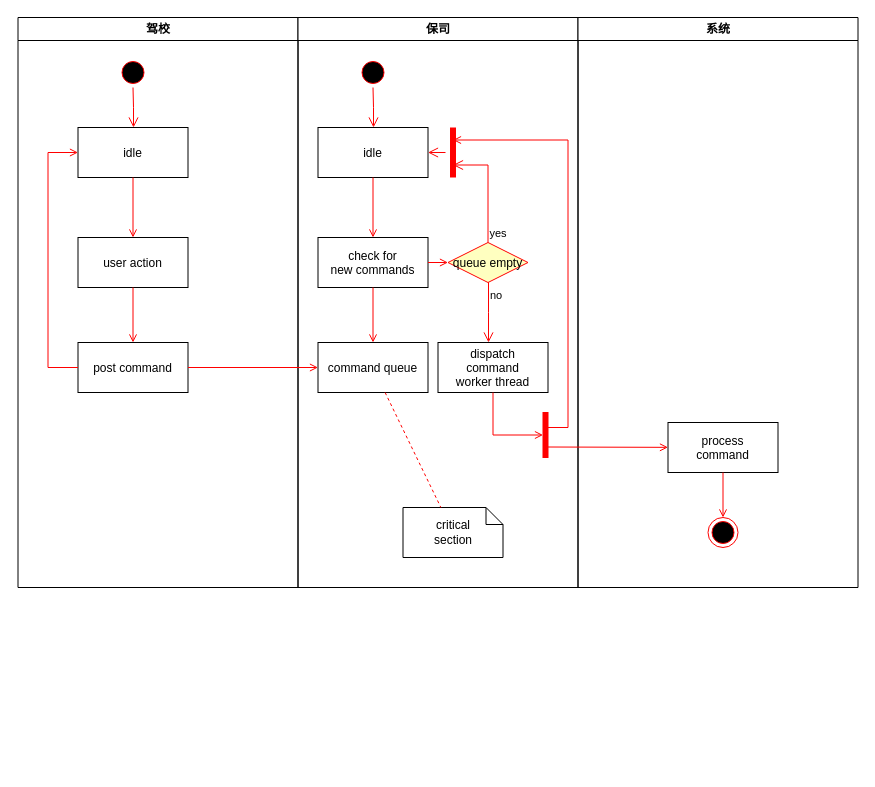
The draw.io diagram Untitled Diagram.drawio in goodKory/styleguide, before the edit. Source tidied: cells renumbered, new cells numbered last; positions are measured from the earlier drawing's top-left corner, leaving out a move shared by most shapes. Both pictures are drawn from the tidied source at 100%, with x=0, y=0 at pixel (17, 17).
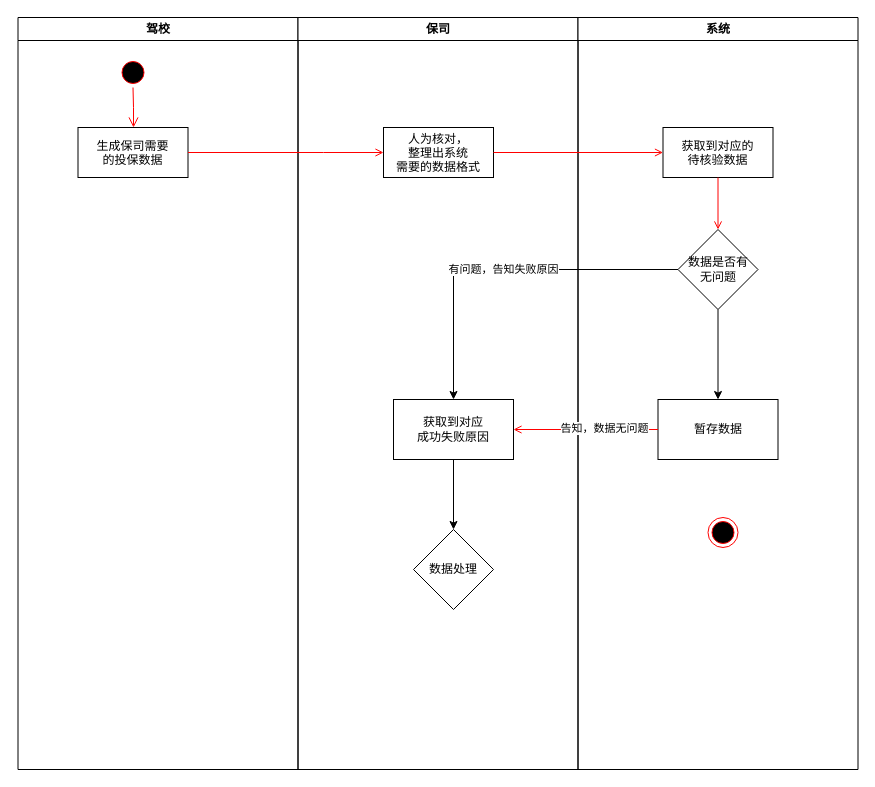
The same diagram, later.

Diff of the diagram source:
```diff
@@
     <mxCell id="2" value="驾校" style="swimlane;whiteSpace=wrap;" parent="1" vertex="1">
-      <mxGeometry x="0.5" width="280" height="570" as="geometry" />
+      <mxGeometry x="0.5" width="280" height="752" as="geometry" />
     </mxCell>
@@
-    <mxCell id="5" value="idle" parent="2" vertex="1">
+    <mxCell id="5" value="生成保司需要&#10;的投保数据" parent="2" vertex="1">
       <mxGeometry x="60" y="110" width="110" height="50" as="geometry" />
     </mxCell>
-    <mxCell id="6" value="user action" parent="2" vertex="1">
-      <mxGeometry x="60" y="220" width="110" height="50" as="geometry" />
-    </mxCell>
+    <mxCell id="11" value="保司" style="swimlane;whiteSpace=wrap;" parent="1" vertex="1">
+      <mxGeometry x="280.5" width="280" height="752" as="geometry" />
+    </mxCell>
+    <mxCell id="14" value="人为核对，&#10;整理出系统&#10;需要的数据格式" parent="11" vertex="1">
+      <mxGeometry x="85.5" y="110" width="110" height="50" as="geometry" />
+    </mxCell>
+    <mxCell id="37" value="获取到对应&lt;br&gt;成功失败原因" style="whiteSpace=wrap;html=1;" parent="11" vertex="1">
+      <mxGeometry x="95.5" y="382" width="120" height="60" as="geometry" />
+    </mxCell>
+    <mxCell id="30" value="系统" style="swimlane;whiteSpace=wrap;" parent="1" vertex="1">
+      <mxGeometry x="560.5" width="280" height="752" as="geometry" />
+    </mxCell>
+    <mxCell id="34" style="ellipse;shape=endState;fillColor=#000000;strokeColor=#ff0000;" parent="30" vertex="1">
+      <mxGeometry x="130" y="500" width="30" height="30" as="geometry" />
+    </mxCell>
+    <mxCell id="38" value="获取到对应的&#10;待核验数据" parent="30" vertex="1">
+      <mxGeometry x="85" y="110" width="110" height="50" as="geometry" />
+    </mxCell>
+    <mxCell id="39" value="数据是否有&lt;br&gt;无问题" style="rhombus;whiteSpace=wrap;html=1;" parent="30" vertex="1">
+      <mxGeometry x="100" y="212" width="80" height="80" as="geometry" />
+    </mxCell>
+    <mxCell id="40" style="endArrow=open;strokeColor=#FF0000;endFill=1;rounded=0;exitX=0.5;exitY=1;exitDx=0;exitDy=0;entryX=0.5;entryY=0;entryDx=0;entryDy=0;" parent="30" edge="1" source="38" target="39">
+      <mxGeometry relative="1" as="geometry" />
+    </mxCell>
-    <mxCell id="7" style="endArrow=open;strokeColor=#FF0000;endFill=1;rounded=0;" parent="2" edge="1" source="5" target="6">
-      <mxGeometry relative="1" as="geometry" />
+    <mxCell id="7" style="endArrow=open;strokeColor=#FF0000;endFill=1;rounded=0;entryX=0;entryY=0.5;entryDx=0;entryDy=0;" parent="1" edge="1" source="5" target="14">
+      <mxGeometry relative="1" as="geometry">
+        <Array as="points">
+          <mxPoint x="306" y="135" />
+        </Array>
+      </mxGeometry>
     </mxCell>
-    <mxCell id="8" value="post command" parent="2" vertex="1">
-      <mxGeometry x="60" y="325" width="110" height="50" as="geometry" />
-    </mxCell>
-    <mxCell id="9" style="endArrow=open;strokeColor=#FF0000;endFill=1;rounded=0;" parent="2" edge="1" source="6" target="8">
-      <mxGeometry relative="1" as="geometry" />
-    </mxCell>
-    <mxCell id="10" style="edgeStyle=elbowEdgeStyle;elbow=horizontal;strokeColor=#FF0000;endArrow=open;endFill=1;rounded=0;" parent="2" edge="1" source="8" target="5">
-      <mxGeometry relative="1" as="geometry">
-        <Array as="points">
-          <mxPoint x="30" y="250" />
-        </Array>
-      </mxGeometry>
-    </mxCell>
-    <mxCell id="11" value="保司" style="swimlane;whiteSpace=wrap;" parent="1" vertex="1">
-      <mxGeometry x="280.5" width="280" height="570" as="geometry" />
-    </mxCell>
-    <mxCell id="12" style="ellipse;shape=startState;fillColor=#000000;strokeColor=#ff0000;" parent="11" vertex="1">
-      <mxGeometry x="60" y="40" width="30" height="30" as="geometry" />
-    </mxCell>
-    <mxCell id="13" style="edgeStyle=elbowEdgeStyle;elbow=horizontal;verticalAlign=bottom;endArrow=open;endSize=8;strokeColor=#FF0000;endFill=1;rounded=0;" parent="11" edge="1" source="12" target="14">
-      <mxGeometry x="40" y="20" as="geometry" />
-    </mxCell>
-    <mxCell id="14" value="idle" parent="11" vertex="1">
-      <mxGeometry x="20" y="110" width="110" height="50" as="geometry" />
-    </mxCell>
-    <mxCell id="15" value="check for &#10;new commands" parent="11" vertex="1">
-      <mxGeometry x="20" y="220" width="110" height="50" as="geometry" />
-    </mxCell>
-    <mxCell id="16" style="endArrow=open;strokeColor=#FF0000;endFill=1;rounded=0;" parent="11" edge="1" source="14" target="15">
+    <mxCell id="16" style="endArrow=open;strokeColor=#FF0000;endFill=1;rounded=0;" parent="1" edge="1" source="14" target="38">
       <mxGeometry relative="1" as="geometry" />
     </mxCell>
-    <mxCell id="17" value="command queue" parent="11" vertex="1">
-      <mxGeometry x="20" y="325" width="110" height="50" as="geometry" />
-    </mxCell>
-    <mxCell id="18" style="endArrow=open;strokeColor=#FF0000;endFill=1;rounded=0;" parent="11" edge="1" source="15" target="17">
-      <mxGeometry relative="1" as="geometry" />
-    </mxCell>
-    <mxCell id="19" value="queue empty" style="rhombus;fillColor=#ffffc0;strokeColor=#ff0000;" parent="11" vertex="1">
-      <mxGeometry x="150" y="225" width="80" height="40" as="geometry" />
-    </mxCell>
-    <mxCell id="20" value="yes" style="edgeStyle=elbowEdgeStyle;elbow=horizontal;align=left;verticalAlign=bottom;endArrow=open;endSize=8;strokeColor=#FF0000;exitX=0.5;exitY=0;endFill=1;rounded=0;entryX=0.75;entryY=0.5;entryPerimeter=0;" parent="11" edge="1" source="19" target="23">
-      <mxGeometry x="-1" relative="1" as="geometry">
-        <Array as="points">
-          <mxPoint x="190" y="180" />
-        </Array>
-      </mxGeometry>
-    </mxCell>
-    <mxCell id="21" value="no" style="edgeStyle=elbowEdgeStyle;elbow=horizontal;align=left;verticalAlign=top;endArrow=open;endSize=8;strokeColor=#FF0000;endFill=1;rounded=0;" parent="11" edge="1" source="19" target="25">
-      <mxGeometry x="-1" relative="1" as="geometry" />
-    </mxCell>
-    <mxCell id="22" style="endArrow=open;strokeColor=#FF0000;endFill=1;rounded=0;" parent="11" edge="1" source="15" target="19">
-      <mxGeometry relative="1" as="geometry" />
-    </mxCell>
-    <mxCell id="23" style="shape=line;strokeWidth=6;strokeColor=#ff0000;rotation=90;" parent="11" vertex="1">
-      <mxGeometry x="130" y="127.5" width="50" height="15" as="geometry" />
-    </mxCell>
-    <mxCell id="24" style="edgeStyle=elbowEdgeStyle;elbow=horizontal;verticalAlign=bottom;endArrow=open;endSize=8;strokeColor=#FF0000;endFill=1;rounded=0;" parent="11" edge="1" source="23" target="14">
-      <mxGeometry x="130" y="90" as="geometry" />
-    </mxCell>
-    <mxCell id="25" value="dispatch&#10;command&#10;worker thread" parent="11" vertex="1">
-      <mxGeometry x="140" y="325" width="110" height="50" as="geometry" />
-    </mxCell>
-    <mxCell id="26" value="critical&#10;section" style="shape=note;whiteSpace=wrap;size=17;" parent="11" vertex="1">
-      <mxGeometry x="105" y="490" width="100" height="50" as="geometry" />
-    </mxCell>
-    <mxCell id="27" style="endArrow=none;strokeColor=#FF0000;endFill=0;rounded=0;dashed=1;" parent="11" edge="1" source="17" target="26">
-      <mxGeometry relative="1" as="geometry" />
-    </mxCell>
-    <mxCell id="28" style="whiteSpace=wrap;strokeColor=#FF0000;fillColor=#FF0000;" parent="11" vertex="1">
-      <mxGeometry x="245" y="395" width="5" height="45" as="geometry" />
-    </mxCell>
-    <mxCell id="29" style="edgeStyle=elbowEdgeStyle;elbow=horizontal;entryX=0;entryY=0.5;strokeColor=#FF0000;endArrow=open;endFill=1;rounded=0;" parent="11" edge="1" source="25" target="28">
-      <mxGeometry relative="1" as="geometry">
-        <Array as="points">
-          <mxPoint x="195" y="400" />
-        </Array>
-      </mxGeometry>
-    </mxCell>
-    <mxCell id="30" value="系统" style="swimlane;whiteSpace=wrap;" parent="1" vertex="1">
-      <mxGeometry x="560.5" width="280" height="570" as="geometry" />
-    </mxCell>
-    <mxCell id="31" value="process&#10;command" parent="30" vertex="1">
-      <mxGeometry x="90" y="405" width="110" height="50" as="geometry" />
-    </mxCell>
-    <mxCell id="32" style="edgeStyle=elbowEdgeStyle;elbow=horizontal;strokeColor=#FF0000;endArrow=open;endFill=1;rounded=0;entryX=0.25;entryY=0.5;entryPerimeter=0;" parent="30" edge="1" target="23">
-      <mxGeometry relative="1" as="geometry">
-        <mxPoint x="-30" y="410" as="sourcePoint" />
-        <Array as="points">
-          <mxPoint x="-10" y="135" />
-        </Array>
-      </mxGeometry>
-    </mxCell>
-    <mxCell id="33" style="edgeStyle=none;strokeColor=#FF0000;endArrow=open;endFill=1;rounded=0;" parent="30" edge="1" target="31">
-      <mxGeometry relative="1" as="geometry">
-        <mxPoint x="-30" y="429.5" as="sourcePoint" />
-      </mxGeometry>
-    </mxCell>
-    <mxCell id="34" style="ellipse;shape=endState;fillColor=#000000;strokeColor=#ff0000;" parent="30" vertex="1">
-      <mxGeometry x="130" y="500" width="30" height="30" as="geometry" />
-    </mxCell>
-    <mxCell id="35" style="endArrow=open;strokeColor=#FF0000;endFill=1;rounded=0;" parent="30" edge="1" source="31" target="34">
-      <mxGeometry relative="1" as="geometry" />
-    </mxCell>
-    <mxCell id="36" style="endArrow=open;strokeColor=#FF0000;endFill=1;rounded=0;" parent="1" edge="1" source="8" target="17">
-      <mxGeometry relative="1" as="geometry" />
-    </mxCell>
+    <mxCell id="41" value="暂存数据" style="whiteSpace=wrap;html=1;" parent="1" vertex="1">
+      <mxGeometry x="640.5" y="382" width="120" height="60" as="geometry" />
+    </mxCell>
+    <mxCell id="42" style="edgeStyle=orthogonalEdgeStyle;rounded=0;jettySize=auto;html=1;" parent="1" edge="1" source="39" target="41">
+      <mxGeometry relative="1" as="geometry" />
+    </mxCell>
+    <mxCell id="43" style="edgeStyle=orthogonalEdgeStyle;rounded=0;jettySize=auto;html=1;" parent="1" edge="1" source="39" target="37">
+      <mxGeometry relative="1" as="geometry" />
+    </mxCell>
+    <mxCell id="44" value="有问题，告知失败原因" style="edgeLabel;html=1;align=center;verticalAlign=middle;" parent="43" vertex="1">
+      <mxGeometry x="-0.01" y="-1" relative="1" as="geometry" />
+    </mxCell>
+    <mxCell id="45" style="endArrow=open;strokeColor=#FF0000;endFill=1;rounded=0;exitX=0;exitY=0.5;exitDx=0;exitDy=0;entryX=1;entryY=0.5;entryDx=0;entryDy=0;" parent="1" edge="1" source="41" target="37">
+      <mxGeometry relative="1" as="geometry" />
+    </mxCell>
+    <mxCell id="46" value="告知，数据无问题" style="edgeLabel;html=1;align=center;verticalAlign=middle;" parent="45" vertex="1">
+      <mxGeometry x="-0.25" y="-2" relative="1" as="geometry" />
+    </mxCell>
+    <mxCell id="47" value="数据处理" style="rhombus;whiteSpace=wrap;html=1;" parent="1" vertex="1">
+      <mxGeometry x="396" y="512" width="80" height="80" as="geometry" />
+    </mxCell>
+    <mxCell id="48" style="edgeStyle=orthogonalEdgeStyle;rounded=0;jettySize=auto;html=1;" parent="1" edge="1" source="37" target="47">
+      <mxGeometry relative="1" as="geometry" />
+    </mxCell>
```
